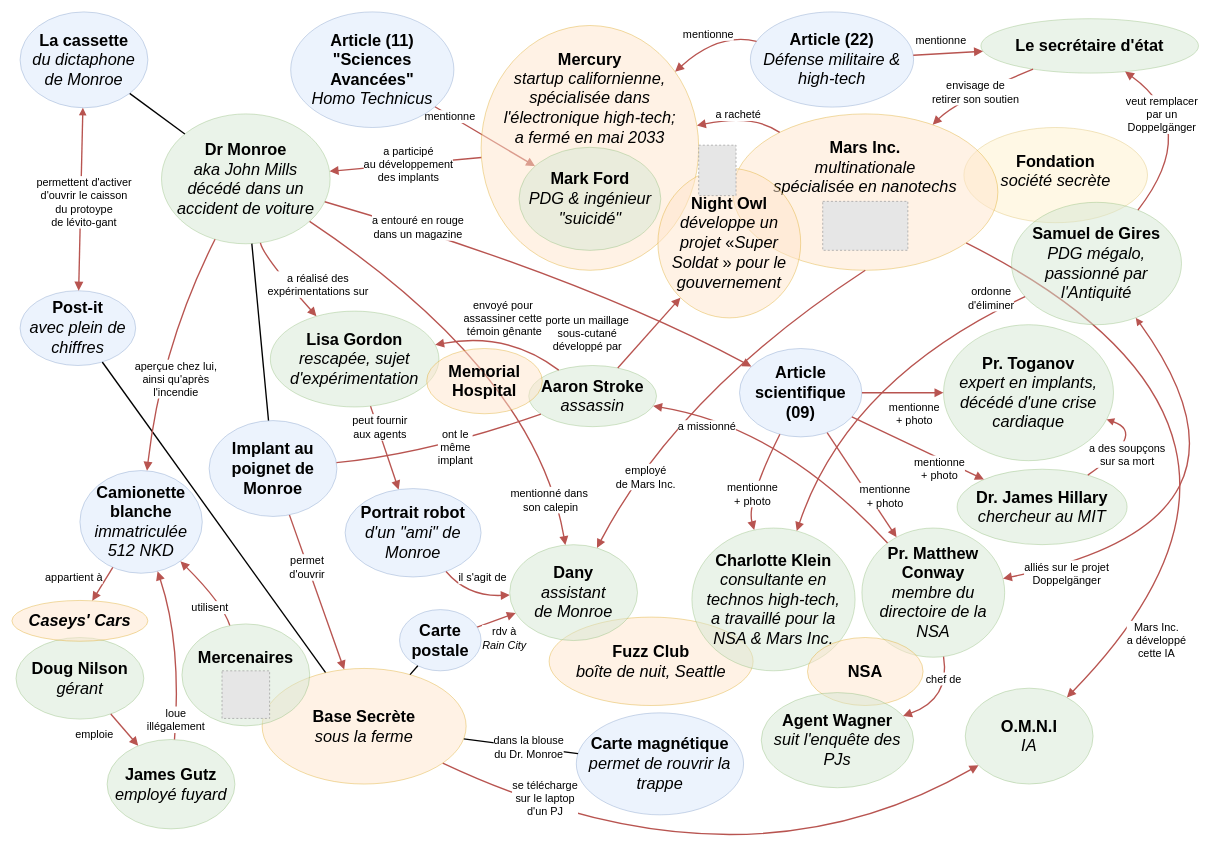
Before: CriticalFondation/Saison1-DiagrammeEtendu.drawio in Lucas-C/jdr, a draw.io diagram. Source tidied: cells renumbered, new cells numbered last; positions are measured from the earlier drawing's top-left corner, leaving out a move shared by most shapes. Both pictures are drawn from the tidied source at 68%, with x=0, y=0 at pixel (12, 12). Pictures stored in the file or linked from it are replaced by grey dashed boxes.
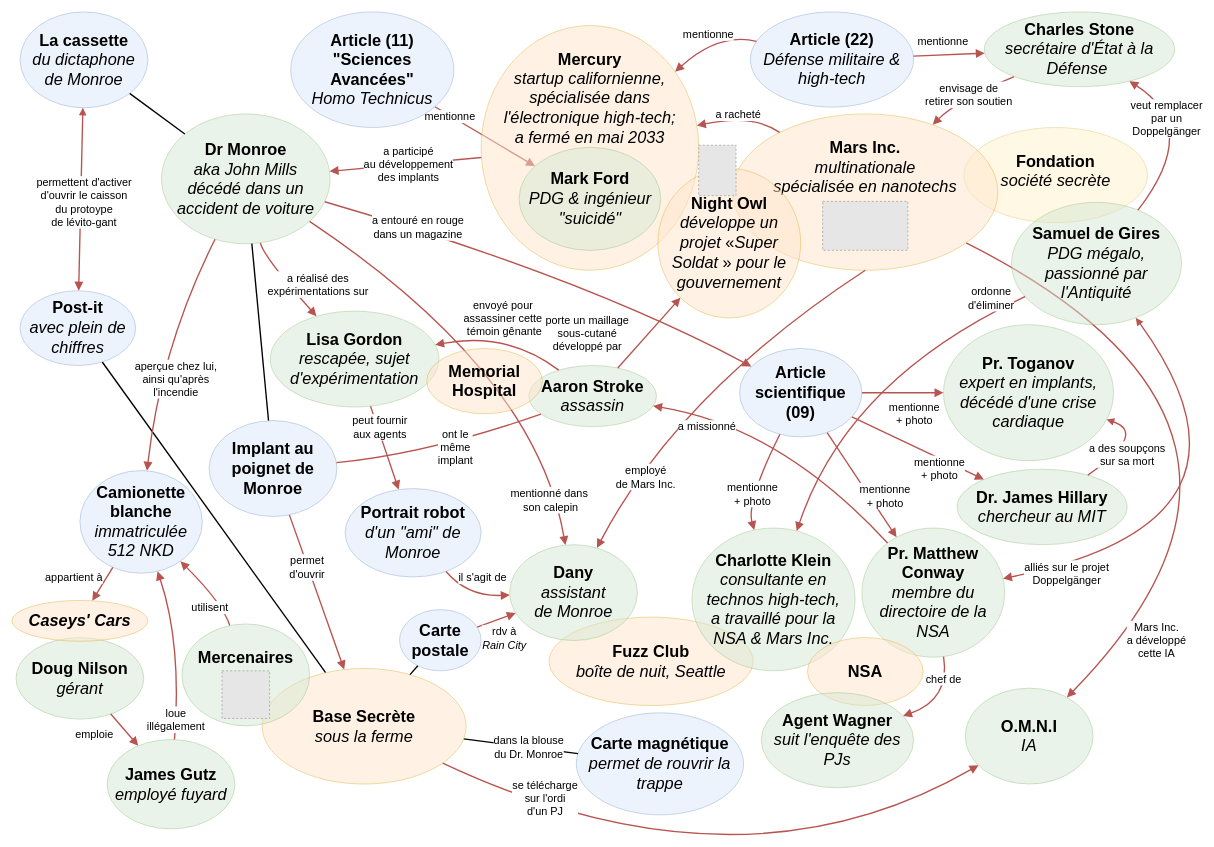
Above is the later version.

The change refers to these unchanged cells:
```xml
<mxCell id="7" value="&lt;div&gt;&lt;b&gt;&lt;br&gt;&lt;/b&gt;&lt;/div&gt;&lt;b&gt;Mars Inc.&lt;/b&gt;&lt;br&gt;&lt;i&gt;multinationale&lt;/i&gt;&lt;div&gt;&lt;i&gt;spécialisée en nanotechs&lt;/i&gt;&lt;/div&gt;" style="ellipse;whiteSpace=wrap;html=1;rounded=0;shadow=0;strokeWidth=1;fillColor=#ffe6cc;fontSize=24;align=center;strokeColor=#d79b00;opacity=50;verticalAlign=top;" parent="1" vertex="1">
  <mxGeometry x="1060" y="150" width="390" height="230" as="geometry" />
</mxCell>
<mxCell id="8" value="&lt;b&gt;Samuel de Gires&lt;br&gt;&lt;/b&gt;&lt;i&gt;PDG mégalo, passionné par l'Antiquité&lt;/i&gt;" style="ellipse;whiteSpace=wrap;html=1;rounded=0;shadow=0;strokeWidth=1;fillColor=#d5e8d4;fontSize=24;align=center;strokeColor=#82b366;opacity=50;" parent="1" vertex="1">
  <mxGeometry x="1470" y="280" width="250" height="180" as="geometry" />
</mxCell>
<mxCell id="48" value="&lt;b&gt;Article (22)&lt;br&gt;&lt;/b&gt;&lt;i style=&quot;&quot;&gt;Défense militaire &amp;amp; high-tech&lt;/i&gt;" style="ellipse;whiteSpace=wrap;html=1;rounded=0;shadow=0;strokeWidth=1;fillColor=#dae8fc;fontSize=24;align=center;strokeColor=#6c8ebf;opacity=50;" parent="1" vertex="1">
  <mxGeometry x="1086" width="240" height="140" as="geometry" />
</mxCell>
<mxCell id="55" style="edgeStyle=none;curved=1;html=1;endArrow=none;endFill=0;strokeColor=#b85450;strokeWidth=2;fontSize=24;startSize=8;startArrow=block;startFill=1;fillColor=#f8cecc;" parent="1" edge="1" source="9" target="84">
  <mxGeometry relative="1" as="geometry">
    <Array as="points">
      <mxPoint x="1070" y="1310" />
    </Array>
  </mxGeometry>
</mxCell>
```

Diff of the diagram source:
```diff
@@
-    <mxCell id="56" value="&lt;span style=&quot;font-size: 16px;&quot;&gt;se télécharge&lt;br&gt;sur le laptop&lt;br&gt;d'un PJ&lt;/span&gt;" style="edgeLabel;html=1;align=center;verticalAlign=middle;" parent="55" vertex="1">
+    <mxCell id="56" value="&lt;span style=&quot;font-size: 16px;&quot;&gt;se télécharge&lt;br&gt;sur l'ordi&lt;/span&gt;&lt;div&gt;&lt;span style=&quot;font-size: 16px;&quot;&gt;d'un PJ&lt;/span&gt;&lt;/div&gt;" style="edgeLabel;html=1;align=center;verticalAlign=middle;" parent="55" vertex="1">
       <mxGeometry x="-0.11" y="2" relative="1" as="geometry">
         <mxPoint x="-296" y="-150" as="offset" />
       </mxGeometry>
     </mxCell>
@@
-    <mxCell id="74" value="&lt;b&gt;Le secrétaire d'état&lt;/b&gt;" style="ellipse;whiteSpace=wrap;html=1;rounded=0;shadow=0;strokeWidth=1;fillColor=#d5e8d4;fontSize=24;align=center;strokeColor=#82b366;opacity=50;" parent="1" vertex="1">
-      <mxGeometry x="1425" y="10" width="320" height="80" as="geometry" />
-    </mxCell>
-    <mxCell id="75" style="edgeStyle=none;curved=1;html=1;endArrow=none;endFill=0;strokeColor=#b85450;strokeWidth=2;fontSize=24;startSize=8;startArrow=block;startFill=1;fillColor=#f8cecc;" parent="1" edge="1" source="74" target="48">
+    <mxCell id="75" style="edgeStyle=none;curved=1;html=1;endArrow=none;endFill=0;strokeColor=#b85450;strokeWidth=2;fontSize=24;startSize=8;startArrow=block;startFill=1;fillColor=#f8cecc;" parent="1" edge="1" source="118" target="48">
       <mxGeometry relative="1" as="geometry" />
     </mxCell>
@@
-    <mxCell id="96" style="edgeStyle=none;curved=1;html=1;endArrow=none;endFill=0;strokeColor=#b85450;strokeWidth=2;fontSize=24;startSize=8;startArrow=block;startFill=1;fillColor=#f8cecc;" parent="1" edge="1" source="7" target="74">
+    <mxCell id="96" style="edgeStyle=none;curved=1;html=1;endArrow=none;endFill=0;strokeColor=#b85450;strokeWidth=2;fontSize=24;startSize=8;startArrow=block;startFill=1;fillColor=#f8cecc;" parent="1" edge="1" source="7" target="118">
       <mxGeometry relative="1" as="geometry">
         <Array as="points">
           <mxPoint x="1390" y="130" />
         </Array>
       </mxGeometry>
     </mxCell>
@@
-    <mxCell id="98" style="edgeStyle=none;curved=1;html=1;endArrow=none;endFill=0;strokeColor=#b85450;strokeWidth=2;fontSize=24;startSize=8;startArrow=block;startFill=1;fillColor=#f8cecc;" parent="1" edge="1" source="74" target="8">
+    <mxCell id="98" style="edgeStyle=none;curved=1;html=1;endArrow=none;endFill=0;strokeColor=#b85450;strokeWidth=2;fontSize=24;startSize=8;startArrow=block;startFill=1;fillColor=#f8cecc;" parent="1" edge="1" source="118" target="8">
       <mxGeometry relative="1" as="geometry">
         <Array as="points">
           <mxPoint x="1750" y="170" />
         </Array>
       </mxGeometry>
     </mxCell>
@@
+    <mxCell id="118" value="&lt;b&gt;Charles Stone&lt;/b&gt;&lt;br&gt;&lt;i&gt;secrétaire d'État à la Défense&amp;nbsp;&lt;/i&gt;" style="ellipse;whiteSpace=wrap;html=1;rounded=0;shadow=0;strokeWidth=1;fillColor=#d5e8d4;fontSize=24;align=center;strokeColor=#82b366;opacity=50;" parent="1" vertex="1">
+      <mxGeometry x="1430" width="280" height="110" as="geometry" />
+    </mxCell>
```
